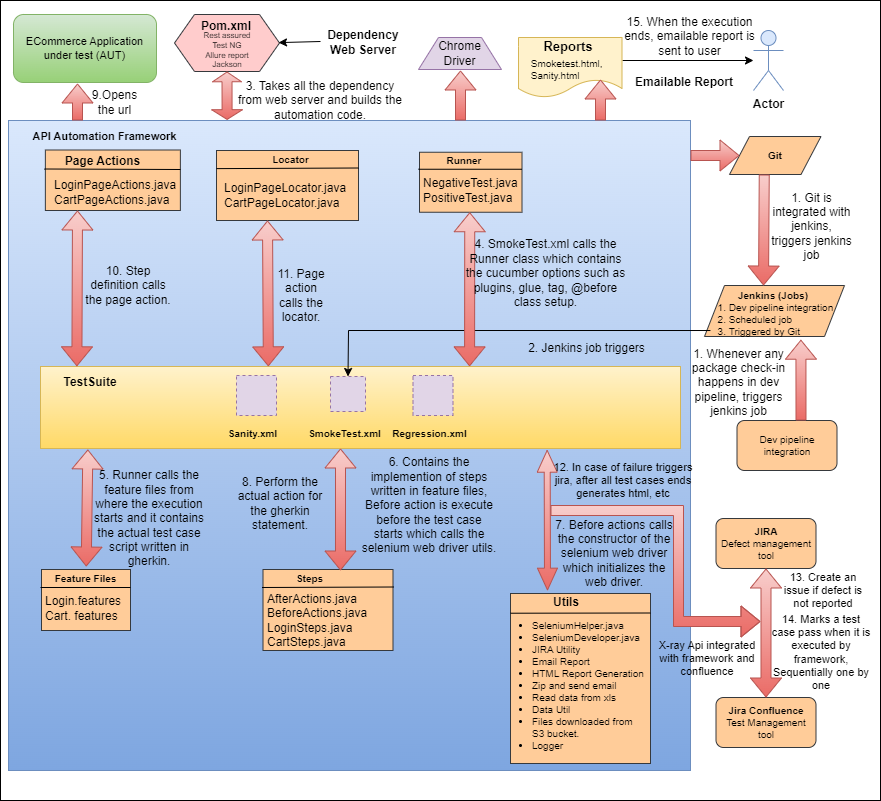
This is Ecommerce.drawio.png from vaibhavjain1/app.diagrams.net, a draw.io export, as it was before one commit. Source tidied: cells renumbered, new cells last; positions are measured from the earlier drawing's top-left corner, leaving out a move shared by most shapes.
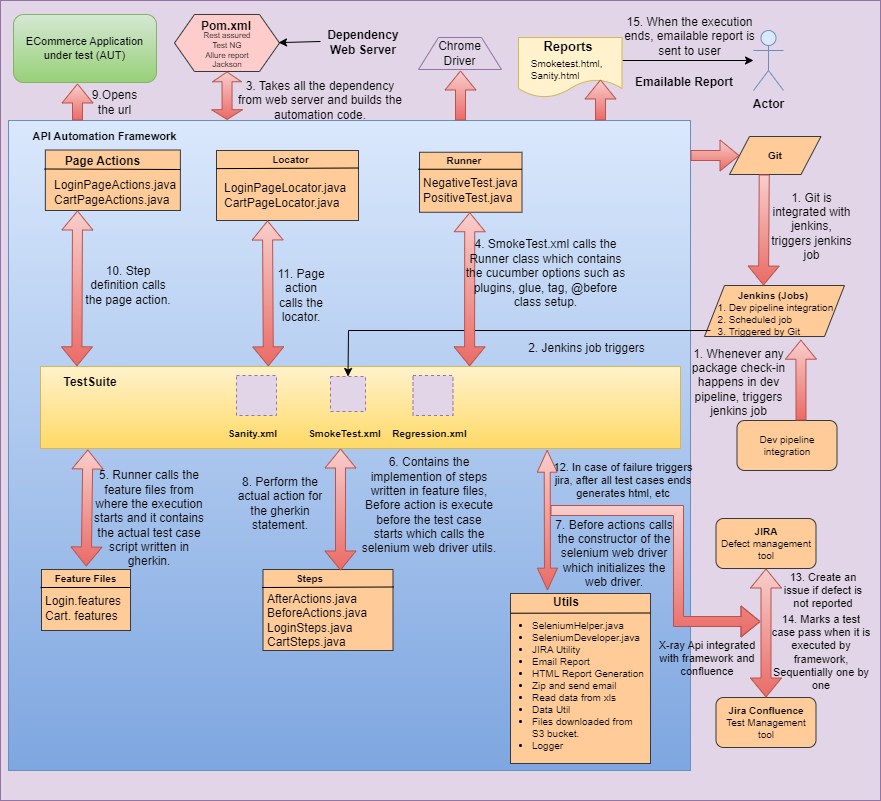
Later version of the same file.

Diff of the diagram source:
```diff
@@ -2,7 +2,7 @@
   <root>
     <mxCell id="0" />
     <mxCell id="1" parent="0" />
-    <mxCell id="2" style="rounded=0;whiteSpace=wrap;html=1;fillStyle=solid;" parent="1" vertex="1">
+    <mxCell id="2" style="rounded=0;whiteSpace=wrap;html=1;fillStyle=solid;fillColor=#e1d5e7;strokeColor=#9673a6;" parent="1" vertex="1">
       <mxGeometry width="880" height="800" as="geometry" />
     </mxCell>
     <mxCell id="3" style="rounded=0;whiteSpace=wrap;html=1;fillColor=#dae8fc;strokeColor=#6c8ebf;gradientColor=#7ea6e0;" parent="1" vertex="1">
```
